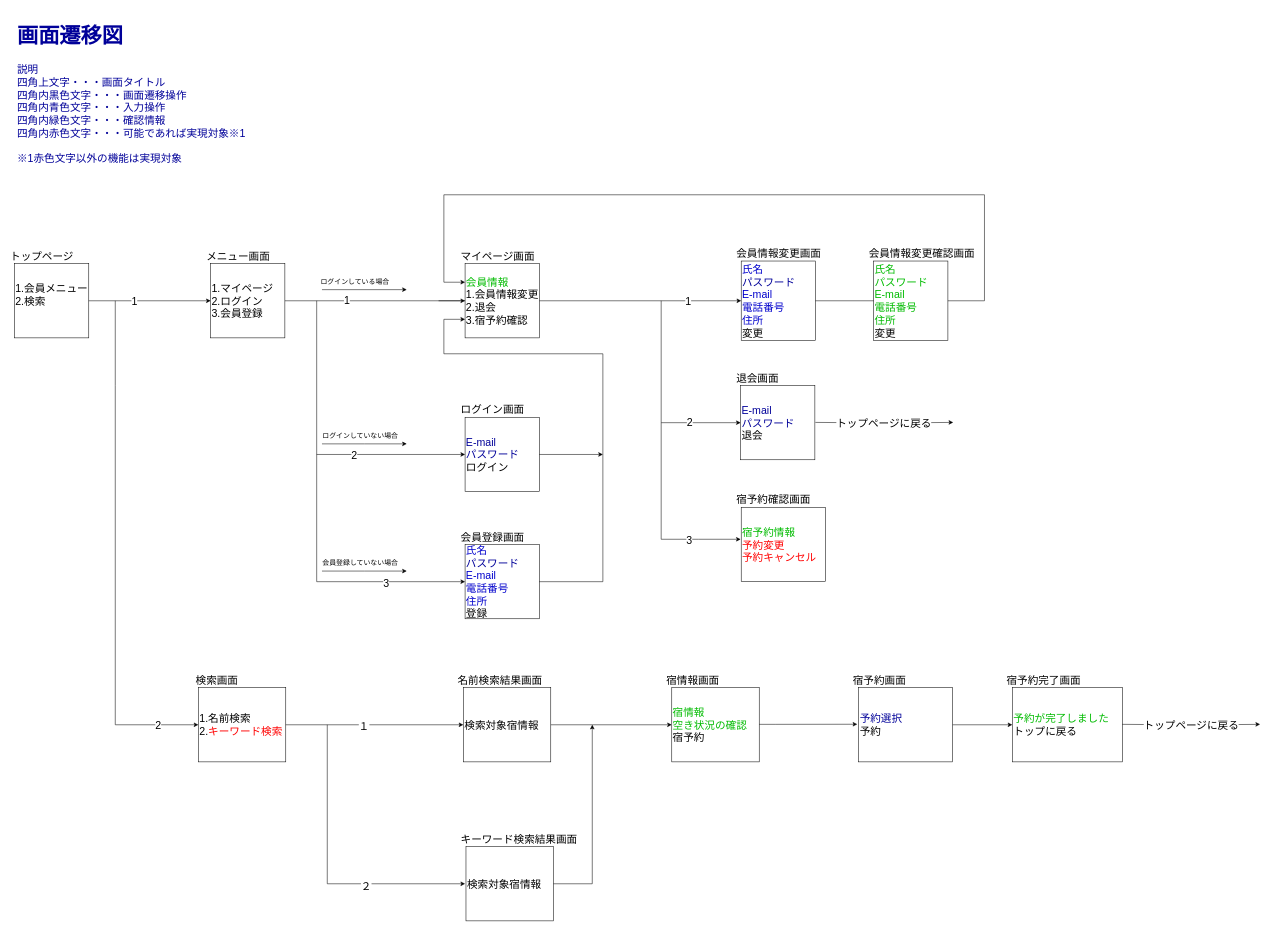
2022java42-student006/document keeps this draw.io diagram as 画面遷移図ユーザ視点.drawio. Above is the earlier version. Source tidied: cells renumbered, new cells numbered last; positions are measured from the earlier drawing's top-left corner, leaving out a move shared by most shapes. Both pictures are drawn from the tidied source at 53%, with x=0, y=0 at pixel (9, 14).
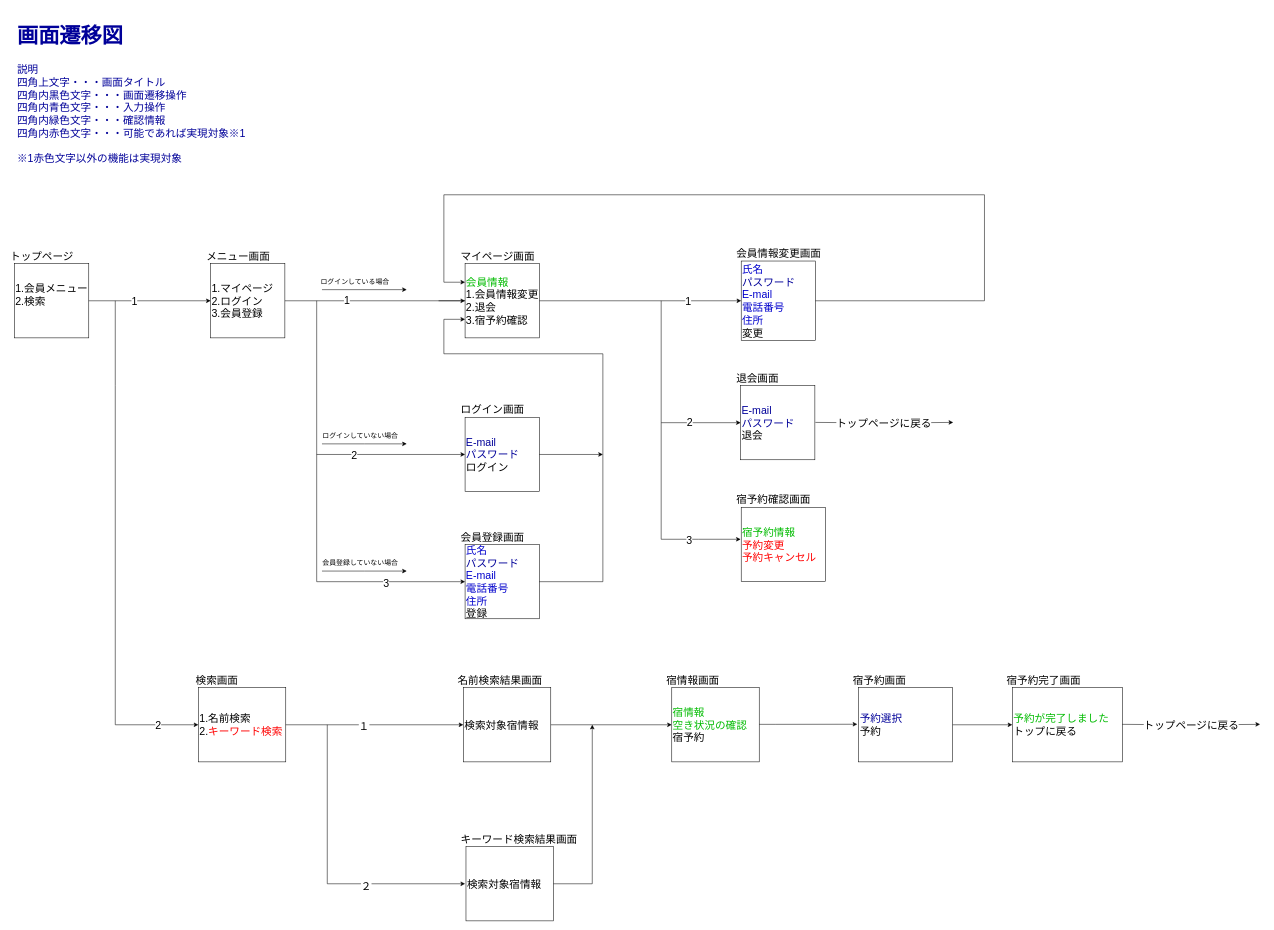
The same diagram, later.

Commit message (it also covers changes not shown here):
画面遷移図を作成しました。

The edit, as a diff of the source:
```diff
@@
-    <mxCell id="71" value="&lt;font color=&quot;#00bb00&quot;&gt;氏名&lt;br&gt;パスワード&lt;br&gt;E-mail&lt;br&gt;電話番号&lt;br&gt;住所&lt;/font&gt;&lt;br&gt;変更" style="rounded=0;whiteSpace=wrap;html=1;fontSize=20;align=left;" parent="1" vertex="1">
-      <mxGeometry x="1631" y="465" width="140" height="150" as="geometry" />
-    </mxCell>
-    <mxCell id="72" value="会員情報変更確認画面" style="text;html=1;strokeColor=none;fillColor=none;align=left;verticalAlign=middle;whiteSpace=wrap;rounded=0;fontSize=20;" parent="1" vertex="1">
-      <mxGeometry x="1620" y="435" width="210" height="30" as="geometry" />
-    </mxCell>
-    <mxCell id="73" style="edgeStyle=orthogonalEdgeStyle;rounded=0;orthogonalLoop=1;jettySize=auto;html=1;exitX=0.5;exitY=1;exitDx=0;exitDy=0;fontSize=20;fontColor=#000099;elbow=vertical;" parent="1" edge="1" source="71" target="71">
-      <mxGeometry relative="1" as="geometry" />
-    </mxCell>
```
